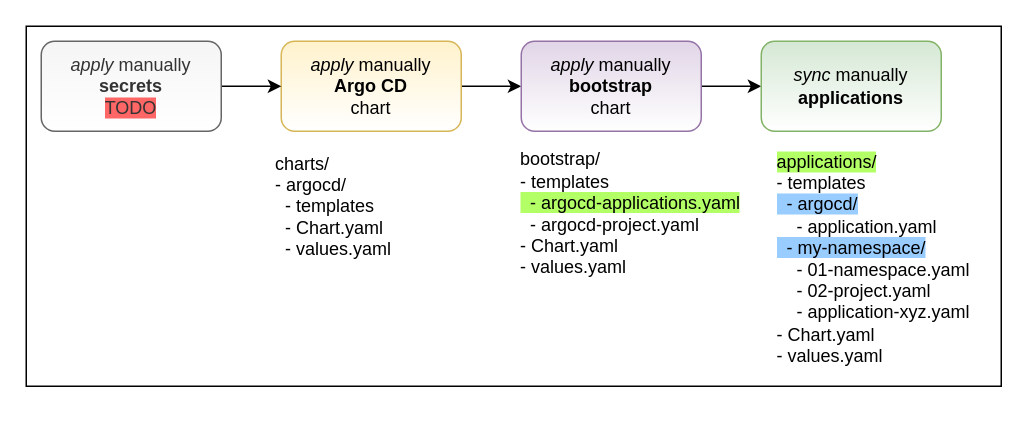
edgelevel/gitops-k8s keeps this draw.io diagram as page "bootstrap" (2 of 2) of docs/img/gitops-k8s.drawio. Above is the earlier version. Source tidied: cells renumbered, new cells numbered last; positions are measured from the earlier drawing's top-left corner, leaving out a move shared by most shapes. Both pictures are drawn from the tidied source at 150%, with x=0, y=0 at pixel (26, 26).
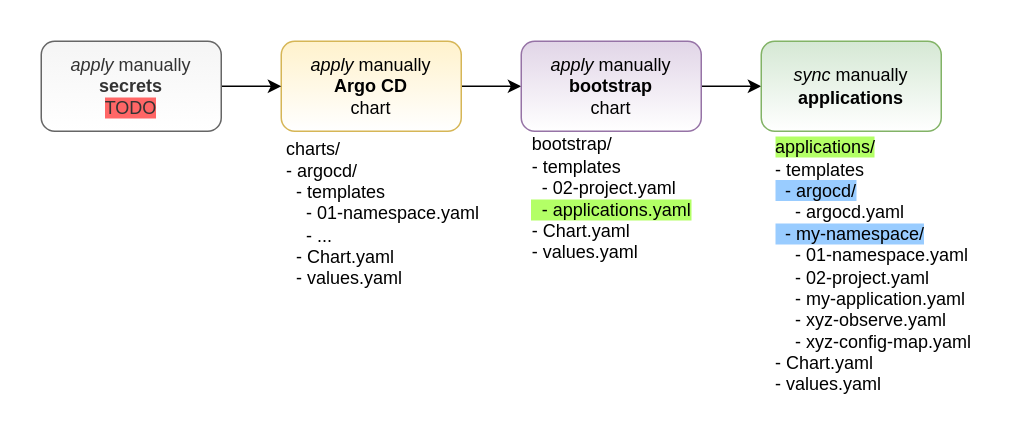
After the change.

Commit message (it also covers changes not shown here):
add argocd application

Diff of the diagram source:
```diff
@@
 <mxGraphModel>
   <root>
     <mxCell id="0" />
     <mxCell id="1" parent="0" />
-    <mxCell id="2" style="rounded=0;whiteSpace=wrap;html=1;gradientColor=#ffffff;" parent="1" vertex="1">
-      <mxGeometry width="650" height="240" as="geometry" />
+    <mxCell id="2" style="rounded=0;whiteSpace=wrap;html=1;gradientColor=#ffffff;strokeColor=none;" parent="1" vertex="1">
+      <mxGeometry width="650" height="260" as="geometry" />
     </mxCell>
-    <mxCell id="3" value="&lt;div style=&quot;text-align: left&quot;&gt;charts/&lt;/div&gt;&lt;div style=&quot;text-align: left&quot;&gt;- argocd/&lt;br&gt;&amp;nbsp; - templates&lt;/div&gt;&lt;div style=&quot;text-align: left&quot;&gt;&amp;nbsp; - Chart.yaml&lt;/div&gt;&lt;div style=&quot;text-align: left&quot;&gt;&amp;nbsp; - values.yaml&lt;/div&gt;" style="text;html=1;strokeColor=none;fillColor=none;align=center;verticalAlign=middle;whiteSpace=wrap;rounded=0;" parent="1" vertex="1">
-      <mxGeometry x="150" y="85" width="110" height="70" as="geometry" />
+    <mxCell id="3" value="&lt;div style=&quot;text-align: left&quot;&gt;charts/&lt;/div&gt;&lt;div style=&quot;text-align: left&quot;&gt;- argocd/&lt;br&gt;&amp;nbsp; - templates&lt;/div&gt;&lt;div style=&quot;text-align: left&quot;&gt;&amp;nbsp; &amp;nbsp; - 01-namespace.yaml&lt;/div&gt;&lt;div style=&quot;text-align: left&quot;&gt;&amp;nbsp; &amp;nbsp; - ...&lt;/div&gt;&lt;div style=&quot;text-align: left&quot;&gt;&amp;nbsp; - Chart.yaml&lt;/div&gt;&lt;div style=&quot;text-align: left&quot;&gt;&amp;nbsp; - values.yaml&lt;/div&gt;" style="text;html=1;strokeColor=none;fillColor=none;align=center;verticalAlign=middle;whiteSpace=wrap;rounded=0;" parent="1" vertex="1">
+      <mxGeometry x="163" y="70" width="150" height="110" as="geometry" />
     </mxCell>
-    <mxCell id="4" value="&lt;div style=&quot;text-align: left&quot;&gt;bootstrap/&lt;/div&gt;&lt;div style=&quot;text-align: left&quot;&gt;- templates&lt;/div&gt;&lt;div style=&quot;text-align: left&quot;&gt;&lt;span style=&quot;background-color: rgb(179 , 255 , 102)&quot;&gt;&amp;nbsp; - argocd-applications.yaml&lt;/span&gt;&lt;/div&gt;&lt;div style=&quot;text-align: left&quot;&gt;&amp;nbsp; - argocd-project.yaml&lt;/div&gt;&lt;div style=&quot;text-align: left&quot;&gt;- Chart.yaml&lt;/div&gt;&lt;div style=&quot;text-align: left&quot;&gt;- values.yaml&lt;/div&gt;" style="text;html=1;strokeColor=none;fillColor=none;align=center;verticalAlign=middle;whiteSpace=wrap;rounded=0;" parent="1" vertex="1">
-      <mxGeometry x="312.5" y="80" width="180" height="90" as="geometry" />
+    <mxCell id="4" value="&lt;div style=&quot;text-align: left&quot;&gt;bootstrap/&lt;/div&gt;&lt;div style=&quot;text-align: left&quot;&gt;- templates&lt;/div&gt;&lt;div style=&quot;text-align: left&quot;&gt;&amp;nbsp; - 02-project.yaml&lt;/div&gt;&lt;div style=&quot;text-align: left&quot;&gt;&lt;span style=&quot;background-color: rgb(179 , 255 , 102)&quot;&gt;&amp;nbsp; - applications.yaml&lt;/span&gt;&lt;/div&gt;&lt;div style=&quot;text-align: left&quot;&gt;&lt;span&gt;- Chart.yaml&lt;/span&gt;&lt;br&gt;&lt;/div&gt;&lt;div style=&quot;text-align: left&quot;&gt;- values.yaml&lt;/div&gt;" style="text;html=1;strokeColor=none;fillColor=none;align=center;verticalAlign=middle;whiteSpace=wrap;rounded=0;" parent="1" vertex="1">
+      <mxGeometry x="322" y="70" width="137" height="90" as="geometry" />
     </mxCell>
-    <mxCell id="5" value="&lt;div style=&quot;text-align: left&quot;&gt;&lt;span style=&quot;background-color: rgb(179 , 255 , 102)&quot;&gt;applications/&lt;/span&gt;&lt;/div&gt;&lt;div style=&quot;text-align: left&quot;&gt;- templates&lt;/div&gt;&lt;div style=&quot;text-align: left&quot;&gt;&lt;span style=&quot;background-color: rgb(153 , 204 , 255)&quot;&gt;&amp;nbsp; - argocd/&lt;/span&gt;&lt;/div&gt;&lt;div style=&quot;text-align: left&quot;&gt;&amp;nbsp; &amp;nbsp; - application.yaml&lt;br&gt;&lt;span style=&quot;background-color: rgb(153 , 204 , 255)&quot;&gt;&amp;nbsp; - my-namespace/&lt;/span&gt;&lt;/div&gt;&lt;div style=&quot;text-align: left&quot;&gt;&amp;nbsp; &amp;nbsp; - 01-namespace.yaml&lt;/div&gt;&lt;div style=&quot;text-align: left&quot;&gt;&amp;nbsp; &amp;nbsp; - 02-project.yaml&lt;/div&gt;&lt;div style=&quot;text-align: left&quot;&gt;&amp;nbsp; &amp;nbsp; - application-xyz.yaml&lt;/div&gt;&lt;div style=&quot;text-align: left&quot;&gt;- Chart.yaml&lt;/div&gt;&lt;div style=&quot;text-align: left&quot;&gt;- values.yaml&lt;/div&gt;" style="text;html=1;strokeColor=none;fillColor=none;align=center;verticalAlign=middle;whiteSpace=wrap;rounded=0;" parent="1" vertex="1">
-      <mxGeometry x="490" y="75" width="150" height="160" as="geometry" />
+    <mxCell id="5" value="&lt;div style=&quot;text-align: left&quot;&gt;&lt;span style=&quot;background-color: rgb(179 , 255 , 102)&quot;&gt;applications/&lt;/span&gt;&lt;/div&gt;&lt;div style=&quot;text-align: left&quot;&gt;- templates&lt;/div&gt;&lt;div style=&quot;text-align: left&quot;&gt;&lt;span style=&quot;background-color: rgb(153 , 204 , 255)&quot;&gt;&amp;nbsp; - argocd/&lt;/span&gt;&lt;/div&gt;&lt;div style=&quot;text-align: left&quot;&gt;&amp;nbsp; &amp;nbsp; - argocd.yaml&lt;br&gt;&lt;span style=&quot;background-color: rgb(153 , 204 , 255)&quot;&gt;&amp;nbsp; - my-namespace/&lt;/span&gt;&lt;/div&gt;&lt;div style=&quot;text-align: left&quot;&gt;&amp;nbsp; &amp;nbsp; - 01-namespace.yaml&lt;/div&gt;&lt;div style=&quot;text-align: left&quot;&gt;&amp;nbsp; &amp;nbsp; - 02-project.yaml&lt;/div&gt;&lt;div style=&quot;text-align: left&quot;&gt;&amp;nbsp; &amp;nbsp; - my-application.yaml&lt;/div&gt;&lt;div style=&quot;text-align: left&quot;&gt;&amp;nbsp; &amp;nbsp; - xyz-observe.yaml&lt;/div&gt;&lt;div style=&quot;text-align: left&quot;&gt;&amp;nbsp; &amp;nbsp; - xyz-config-map.yaml&lt;/div&gt;&lt;div style=&quot;text-align: left&quot;&gt;- Chart.yaml&lt;/div&gt;&lt;div style=&quot;text-align: left&quot;&gt;- values.yaml&lt;/div&gt;" style="text;html=1;strokeColor=none;fillColor=none;align=center;verticalAlign=middle;whiteSpace=wrap;rounded=0;" parent="1" vertex="1">
+      <mxGeometry x="490" y="70" width="150" height="180" as="geometry" />
     </mxCell>
     <mxCell id="6" style="edgeStyle=orthogonalEdgeStyle;rounded=0;jettySize=auto;html=1;exitX=1;exitY=0.5;exitDx=0;exitDy=0;entryX=0;entryY=0.5;entryDx=0;entryDy=0;" parent="1" edge="1" source="7" target="9">
       <mxGeometry relative="1" as="geometry" />
     </mxCell>
     <mxCell id="7" value="&lt;i&gt;apply&lt;/i&gt; manually&lt;br&gt;&lt;b&gt;Argo CD&lt;/b&gt;&lt;br&gt;chart&lt;br&gt;" style="rounded=1;whiteSpace=wrap;html=1;fillColor=#fff2cc;strokeColor=#d6b656;gradientColor=#ffffff;" parent="1" vertex="1">
       <mxGeometry x="170" y="10" width="120" height="60" as="geometry" />
     </mxCell>
     <mxCell id="8" style="edgeStyle=orthogonalEdgeStyle;rounded=0;jettySize=auto;html=1;exitX=1;exitY=0.5;exitDx=0;exitDy=0;entryX=0;entryY=0.5;entryDx=0;entryDy=0;" parent="1" edge="1" source="9" target="12">
       <mxGeometry relative="1" as="geometry" />
     </mxCell>
     <mxCell id="9" value="&lt;i&gt;apply&lt;/i&gt; manually&lt;br&gt;&lt;b&gt;bootstrap&lt;/b&gt;&lt;br&gt;chart&lt;br&gt;" style="rounded=1;whiteSpace=wrap;html=1;fillColor=#e1d5e7;strokeColor=#9673a6;gradientColor=#ffffff;" parent="1" vertex="1">
       <mxGeometry x="330" y="10" width="120" height="60" as="geometry" />
     </mxCell>
     <mxCell id="10" style="edgeStyle=orthogonalEdgeStyle;rounded=0;jettySize=auto;html=1;exitX=1;exitY=0.5;exitDx=0;exitDy=0;entryX=0;entryY=0.5;entryDx=0;entryDy=0;" parent="1" edge="1" source="11" target="7">
       <mxGeometry relative="1" as="geometry" />
     </mxCell>
     <mxCell id="11" value="&lt;i&gt;apply&lt;/i&gt; manually&lt;br&gt;&lt;b&gt;secrets&lt;/b&gt;&lt;br&gt;&lt;span style=&quot;background-color: rgb(255 , 102 , 102)&quot;&gt;TODO&lt;/span&gt;&lt;br&gt;" style="rounded=1;whiteSpace=wrap;html=1;fillColor=#f5f5f5;strokeColor=#666666;fontColor=#333333;gradientColor=#ffffff;" parent="1" vertex="1">
       <mxGeometry x="10" y="10" width="120" height="60" as="geometry" />
     </mxCell>
     <mxCell id="12" value="&lt;i&gt;sync&lt;/i&gt; manually&lt;br&gt;&lt;b&gt;applications&lt;/b&gt;&lt;br&gt;" style="rounded=1;whiteSpace=wrap;html=1;fillColor=#d5e8d4;strokeColor=#82b366;gradientColor=#ffffff;" parent="1" vertex="1">
       <mxGeometry x="490" y="10" width="120" height="60" as="geometry" />
     </mxCell>
   </root>
 </mxGraphModel>
```
